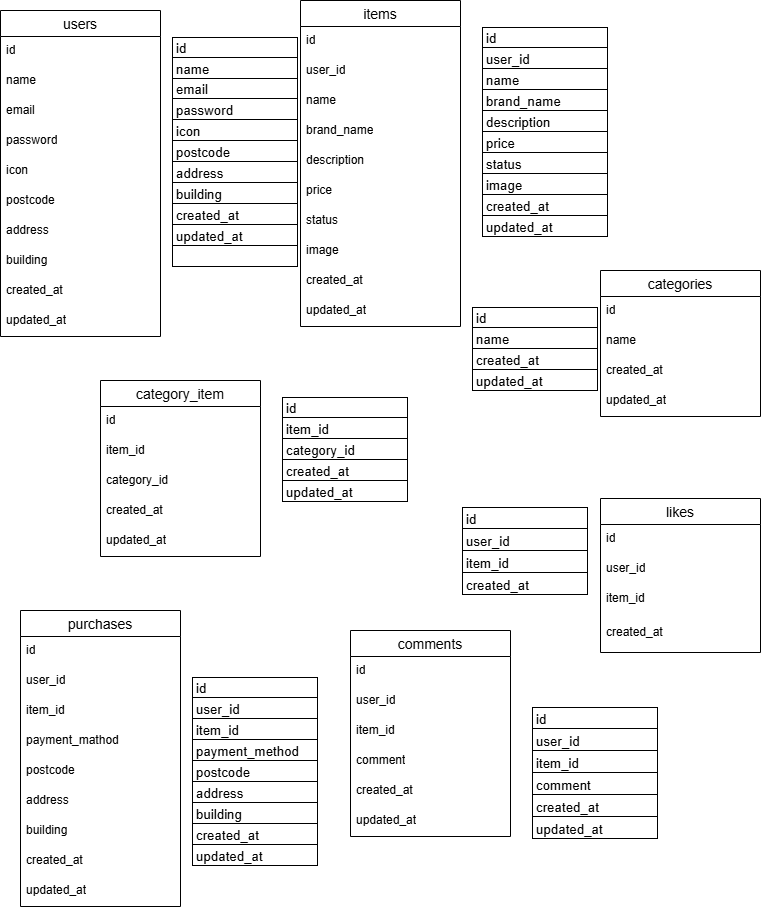
This is furima.drawio.png from yuki8293/furima-app, a draw.io export, as it was before one commit. Source tidied: cells renumbered, new cells last; positions are measured from the earlier drawing's top-left corner, leaving out a move shared by most shapes.
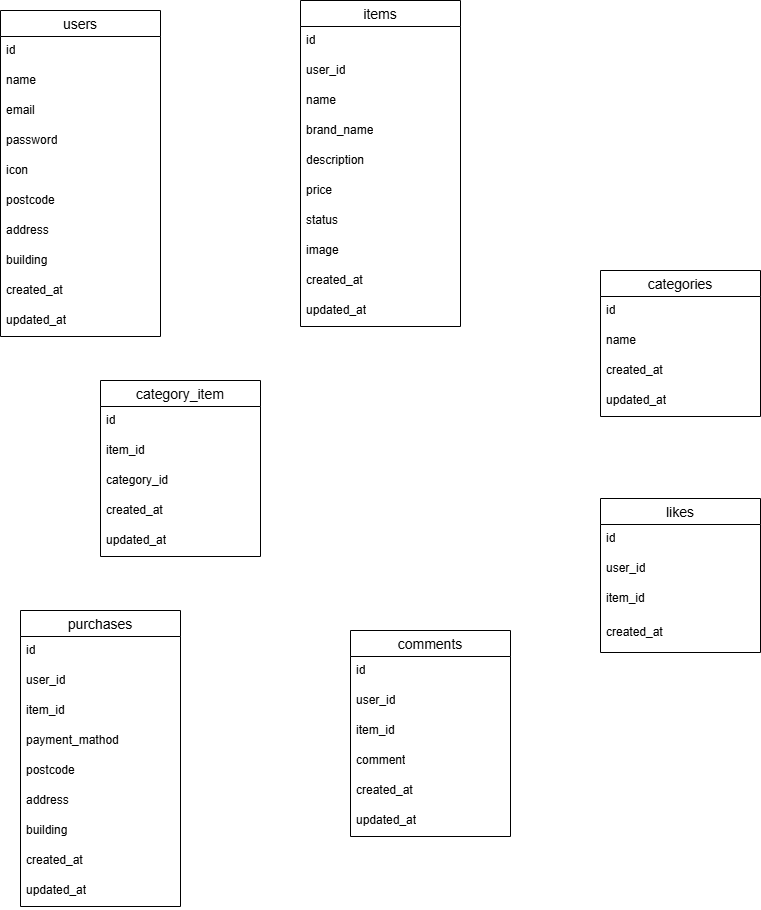
After the change.

The edit, as a diff of the source:
```diff
@@ -167,26 +167,5 @@
     <mxCell id="56" value="updated_at" style="text;strokeColor=none;fillColor=none;spacingLeft=4;spacingRight=4;overflow=hidden;fontSize=12;whiteSpace=wrap;html=1;" parent="46" vertex="1">
       <mxGeometry y="296" width="160" height="30" as="geometry" />
     </mxCell>
-    <mxCell id="57" value="&lt;table xmlns=&quot;http://www.w3.org/1999/xhtml&quot; cellspacing=&quot;0&quot; cellpadding=&quot;0&quot; dir=&quot;ltr&quot; style=&quot;table-layout:fixed;font-size:10pt;font-family:Arial;width:0px;&quot;&gt;&lt;colgroup&gt;&lt;col width=&quot;126&quot;&gt;&lt;/colgroup&gt;&lt;tbody&gt;&lt;tr style=&quot;height:21px;&quot;&gt;&lt;td style=&quot;border-top:1px solid #000000;border-right:1px solid #000000;border-bottom:1px solid #000000;border-left:1px solid #000000;overflow:hidden;padding:0px 3px 0px 3px;vertical-align:bottom;&quot;&gt;id&lt;/td&gt;&lt;/tr&gt;&lt;tr style=&quot;height:21px;&quot;&gt;&lt;td style=&quot;border-right:1px solid #000000;border-bottom:1px solid #000000;border-left:1px solid #000000;overflow:hidden;padding:0px 3px 0px 3px;vertical-align:bottom;&quot;&gt;name&lt;/td&gt;&lt;/tr&gt;&lt;tr style=&quot;height:20px;&quot;&gt;&lt;td style=&quot;border-right:1px solid #000000;border-bottom:1px solid #000000;border-left:1px solid #000000;overflow:hidden;padding:0px 3px 0px 3px;vertical-align:bottom;&quot;&gt;email&lt;/td&gt;&lt;/tr&gt;&lt;tr style=&quot;height:21px;&quot;&gt;&lt;td style=&quot;border-right:1px solid #000000;border-bottom:1px solid #000000;border-left:1px solid #000000;overflow:hidden;padding:0px 3px 0px 3px;vertical-align:bottom;&quot;&gt;password&lt;/td&gt;&lt;/tr&gt;&lt;tr style=&quot;height:21px;&quot;&gt;&lt;td style=&quot;border-right:1px solid #000000;border-bottom:1px solid #000000;border-left:1px solid #000000;overflow:hidden;padding:0px 3px 0px 3px;vertical-align:bottom;&quot;&gt;icon&lt;/td&gt;&lt;/tr&gt;&lt;tr style=&quot;height:21px;&quot;&gt;&lt;td style=&quot;border-right:1px solid #000000;border-bottom:1px solid #000000;border-left:1px solid #000000;overflow:hidden;padding:0px 3px 0px 3px;vertical-align:bottom;&quot;&gt;postcode&lt;/td&gt;&lt;/tr&gt;&lt;tr style=&quot;height:21px;&quot;&gt;&lt;td style=&quot;border-right:1px solid #000000;border-bottom:1px solid #000000;border-left:1px solid #000000;overflow:hidden;padding:0px 3px 0px 3px;vertical-align:bottom;&quot;&gt;address&lt;/td&gt;&lt;/tr&gt;&lt;tr style=&quot;height:21px;&quot;&gt;&lt;td style=&quot;border-right:1px solid #000000;border-bottom:1px solid #000000;border-left:1px solid #000000;overflow:hidden;padding:0px 3px 0px 3px;vertical-align:bottom;&quot;&gt;building&lt;/td&gt;&lt;/tr&gt;&lt;tr style=&quot;height:21px;&quot;&gt;&lt;td style=&quot;border-right:1px solid #000000;border-bottom:1px solid #000000;border-left:1px solid #000000;overflow:hidden;padding:0px 3px 0px 3px;vertical-align:bottom;&quot;&gt;created_at&lt;/td&gt;&lt;/tr&gt;&lt;tr style=&quot;height:21px;&quot;&gt;&lt;td style=&quot;border-right:1px solid #000000;border-bottom:1px solid #000000;border-left:1px solid #000000;overflow:hidden;padding:0px 3px 0px 3px;vertical-align:bottom;&quot;&gt;updated_at&lt;/td&gt;&lt;/tr&gt;&lt;tr style=&quot;height:21px;&quot;&gt;&lt;td style=&quot;border-right:1px solid #000000;border-bottom:1px solid #000000;border-left:1px solid #000000;overflow:hidden;padding:0px 3px 0px 3px;vertical-align:bottom;&quot;&gt;&lt;/td&gt;&lt;/tr&gt;&lt;/tbody&gt;&lt;/table&gt;" style="text;whiteSpace=wrap;html=1;" parent="1" vertex="1">
-      <mxGeometry x="170" y="30" width="160" height="250" as="geometry" />
-    </mxCell>
-    <mxCell id="58" value="&lt;table xmlns=&quot;http://www.w3.org/1999/xhtml&quot; cellspacing=&quot;0&quot; cellpadding=&quot;0&quot; dir=&quot;ltr&quot; style=&quot;table-layout:fixed;font-size:10pt;font-family:Arial;width:0px;&quot;&gt;&lt;colgroup&gt;&lt;col width=&quot;126&quot;&gt;&lt;/colgroup&gt;&lt;tbody&gt;&lt;tr style=&quot;height:21px;&quot;&gt;&lt;td style=&quot;border-top:1px solid #000000;border-right:1px solid #000000;border-bottom:1px solid #000000;border-left:1px solid #000000;overflow:hidden;padding:0px 3px 0px 3px;vertical-align:bottom;&quot;&gt;id&lt;/td&gt;&lt;/tr&gt;&lt;tr style=&quot;height:21px;&quot;&gt;&lt;td style=&quot;border-right:1px solid #000000;border-bottom:1px solid #000000;border-left:1px solid #000000;overflow:hidden;padding:0px 3px 0px 3px;vertical-align:bottom;&quot;&gt;user_id&lt;/td&gt;&lt;/tr&gt;&lt;tr style=&quot;height:21px;&quot;&gt;&lt;td style=&quot;border-right:1px solid #000000;border-bottom:1px solid #000000;border-left:1px solid #000000;overflow:hidden;padding:0px 3px 0px 3px;vertical-align:bottom;&quot;&gt;name&lt;/td&gt;&lt;/tr&gt;&lt;tr style=&quot;height:21px;&quot;&gt;&lt;td style=&quot;border-right:1px solid #000000;border-bottom:1px solid #000000;border-left:1px solid #000000;overflow:hidden;padding:0px 3px 0px 3px;vertical-align:bottom;&quot;&gt;brand_name&lt;/td&gt;&lt;/tr&gt;&lt;tr style=&quot;height:21px;&quot;&gt;&lt;td style=&quot;border-right:1px solid #000000;border-bottom:1px solid #000000;border-left:1px solid #000000;overflow:hidden;padding:0px 3px 0px 3px;vertical-align:bottom;&quot;&gt;description&lt;/td&gt;&lt;/tr&gt;&lt;tr style=&quot;height:21px;&quot;&gt;&lt;td style=&quot;border-right:1px solid #000000;border-bottom:1px solid #000000;border-left:1px solid #000000;overflow:hidden;padding:0px 3px 0px 3px;vertical-align:bottom;&quot;&gt;price&lt;/td&gt;&lt;/tr&gt;&lt;tr style=&quot;height:21px;&quot;&gt;&lt;td style=&quot;border-right:1px solid #000000;border-bottom:1px solid #000000;border-left:1px solid #000000;overflow:hidden;padding:0px 3px 0px 3px;vertical-align:bottom;&quot;&gt;status&lt;/td&gt;&lt;/tr&gt;&lt;tr style=&quot;height:21px;&quot;&gt;&lt;td style=&quot;border-right:1px solid #000000;border-bottom:1px solid #000000;border-left:1px solid #000000;overflow:hidden;padding:0px 3px 0px 3px;vertical-align:bottom;&quot;&gt;image&lt;/td&gt;&lt;/tr&gt;&lt;tr style=&quot;height:21px;&quot;&gt;&lt;td style=&quot;border-right:1px solid #000000;border-bottom:1px solid #000000;border-left:1px solid #000000;overflow:hidden;padding:0px 3px 0px 3px;vertical-align:bottom;&quot;&gt;created_at&lt;/td&gt;&lt;/tr&gt;&lt;tr style=&quot;height:21px;&quot;&gt;&lt;td style=&quot;border-right:1px solid #000000;border-bottom:1px solid #000000;border-left:1px solid #000000;overflow:hidden;padding:0px 3px 0px 3px;vertical-align:bottom;&quot;&gt;updated_at&lt;/td&gt;&lt;/tr&gt;&lt;/tbody&gt;&lt;/table&gt;" style="text;whiteSpace=wrap;html=1;" parent="1" vertex="1">
-      <mxGeometry x="480" y="20" width="160" height="230" as="geometry" />
-    </mxCell>
-    <mxCell id="59" value="&lt;table xmlns=&quot;http://www.w3.org/1999/xhtml&quot; cellspacing=&quot;0&quot; cellpadding=&quot;0&quot; dir=&quot;ltr&quot; style=&quot;table-layout:fixed;font-size:10pt;font-family:Arial;width:0px;&quot;&gt;&lt;colgroup&gt;&lt;col width=&quot;126&quot;&gt;&lt;/colgroup&gt;&lt;tbody&gt;&lt;tr style=&quot;height:21px;&quot;&gt;&lt;td style=&quot;border-top:1px solid #000000;border-right:1px solid #000000;border-bottom:1px solid #000000;border-left:1px solid #000000;overflow:hidden;padding:0px 3px 0px 3px;vertical-align:bottom;&quot;&gt;id&lt;/td&gt;&lt;/tr&gt;&lt;tr style=&quot;height:21px;&quot;&gt;&lt;td style=&quot;border-right:1px solid #000000;border-bottom:1px solid #000000;border-left:1px solid #000000;overflow:hidden;padding:0px 3px 0px 3px;vertical-align:bottom;&quot;&gt;name&lt;/td&gt;&lt;/tr&gt;&lt;tr style=&quot;height:21px;&quot;&gt;&lt;td style=&quot;border-right:1px solid #000000;border-bottom:1px solid #000000;border-left:1px solid #000000;overflow:hidden;padding:0px 3px 0px 3px;vertical-align:bottom;&quot;&gt;created_at&lt;/td&gt;&lt;/tr&gt;&lt;tr style=&quot;height:21px;&quot;&gt;&lt;td style=&quot;border-right:1px solid #000000;border-bottom:1px solid #000000;border-left:1px solid #000000;overflow:hidden;padding:0px 3px 0px 3px;vertical-align:bottom;&quot;&gt;updated_at&lt;/td&gt;&lt;/tr&gt;&lt;/tbody&gt;&lt;/table&gt;" style="text;whiteSpace=wrap;html=1;" parent="1" vertex="1">
-      <mxGeometry x="470" y="300" width="160" height="110" as="geometry" />
-    </mxCell>
-    <mxCell id="60" value="&lt;table xmlns=&quot;http://www.w3.org/1999/xhtml&quot; cellspacing=&quot;0&quot; cellpadding=&quot;0&quot; dir=&quot;ltr&quot; style=&quot;table-layout:fixed;font-size:10pt;font-family:Arial;width:0px;&quot;&gt;&lt;colgroup&gt;&lt;col width=&quot;126&quot;&gt;&lt;/colgroup&gt;&lt;tbody&gt;&lt;tr style=&quot;height:21px;&quot;&gt;&lt;td style=&quot;border-top:1px solid #000000;border-right:1px solid #000000;border-bottom:1px solid #000000;border-left:1px solid #000000;overflow:hidden;padding:0px 3px 0px 3px;vertical-align:bottom;&quot;&gt;id&lt;/td&gt;&lt;/tr&gt;&lt;tr style=&quot;height:21px;&quot;&gt;&lt;td style=&quot;border-right:1px solid #000000;border-bottom:1px solid #000000;border-left:1px solid #000000;overflow:hidden;padding:0px 3px 0px 3px;vertical-align:bottom;&quot;&gt;item_id&lt;/td&gt;&lt;/tr&gt;&lt;tr style=&quot;height:21px;&quot;&gt;&lt;td style=&quot;border-right:1px solid #000000;border-bottom:1px solid #000000;border-left:1px solid #000000;overflow:hidden;padding:0px 3px 0px 3px;vertical-align:bottom;&quot;&gt;category_id&lt;/td&gt;&lt;/tr&gt;&lt;tr style=&quot;height:21px;&quot;&gt;&lt;td style=&quot;border-right:1px solid #000000;border-bottom:1px solid #000000;border-left:1px solid #000000;overflow:hidden;padding:0px 3px 0px 3px;vertical-align:bottom;&quot;&gt;created_at&lt;/td&gt;&lt;/tr&gt;&lt;tr style=&quot;height:21px;&quot;&gt;&lt;td style=&quot;border-right:1px solid #000000;border-bottom:1px solid #000000;border-left:1px solid #000000;overflow:hidden;padding:0px 3px 0px 3px;vertical-align:bottom;&quot;&gt;updated_at&lt;/td&gt;&lt;/tr&gt;&lt;/tbody&gt;&lt;/table&gt;" style="text;whiteSpace=wrap;html=1;" parent="1" vertex="1">
-      <mxGeometry x="280" y="390" width="160" height="130" as="geometry" />
-    </mxCell>
-    <mxCell id="61" value="&lt;table xmlns=&quot;http://www.w3.org/1999/xhtml&quot; cellspacing=&quot;0&quot; cellpadding=&quot;0&quot; dir=&quot;ltr&quot; style=&quot;table-layout:fixed;font-size:10pt;font-family:Arial;width:0px;&quot;&gt;&lt;colgroup&gt;&lt;col width=&quot;126&quot;&gt;&lt;/colgroup&gt;&lt;tbody&gt;&lt;tr style=&quot;height:22px;&quot;&gt;&lt;td style=&quot;border-top:1px solid #000000;border-right:1px solid #000000;border-bottom:1px solid #000000;border-left:1px solid #000000;overflow:hidden;padding:0px 3px 0px 3px;vertical-align:bottom;&quot;&gt;id&lt;/td&gt;&lt;/tr&gt;&lt;tr style=&quot;height:22px;&quot;&gt;&lt;td style=&quot;border-right:1px solid #000000;border-bottom:1px solid #000000;border-left:1px solid #000000;overflow:hidden;padding:0px 3px 0px 3px;vertical-align:bottom;&quot;&gt;user_id&lt;/td&gt;&lt;/tr&gt;&lt;tr style=&quot;height:22px;&quot;&gt;&lt;td style=&quot;border-right:1px solid #000000;border-bottom:1px solid #000000;border-left:1px solid #000000;overflow:hidden;padding:0px 3px 0px 3px;vertical-align:bottom;&quot;&gt;item_id&lt;/td&gt;&lt;/tr&gt;&lt;tr style=&quot;height:22px;&quot;&gt;&lt;td style=&quot;border-right:1px solid #000000;border-bottom:1px solid #000000;border-left:1px solid #000000;overflow:hidden;padding:0px 3px 0px 3px;vertical-align:bottom;&quot;&gt;created_at&lt;/td&gt;&lt;/tr&gt;&lt;/tbody&gt;&lt;/table&gt;" style="text;whiteSpace=wrap;html=1;" parent="1" vertex="1">
-      <mxGeometry x="460" y="500" width="160" height="110" as="geometry" />
-    </mxCell>
-    <mxCell id="62" value="&lt;table xmlns=&quot;http://www.w3.org/1999/xhtml&quot; cellspacing=&quot;0&quot; cellpadding=&quot;0&quot; dir=&quot;ltr&quot; style=&quot;table-layout:fixed;font-size:10pt;font-family:Arial;width:0px;&quot;&gt;&lt;colgroup&gt;&lt;col width=&quot;126&quot;&gt;&lt;/colgroup&gt;&lt;tbody&gt;&lt;tr style=&quot;height:22px;&quot;&gt;&lt;td style=&quot;border-top:1px solid #000000;border-right:1px solid #000000;border-bottom:1px solid #000000;border-left:1px solid #000000;overflow:hidden;padding:0px 3px 0px 3px;vertical-align:bottom;&quot;&gt;id&lt;/td&gt;&lt;/tr&gt;&lt;tr style=&quot;height:22px;&quot;&gt;&lt;td style=&quot;border-right:1px solid #000000;border-bottom:1px solid #000000;border-left:1px solid #000000;overflow:hidden;padding:0px 3px 0px 3px;vertical-align:bottom;&quot;&gt;user_id&lt;/td&gt;&lt;/tr&gt;&lt;tr style=&quot;height:22px;&quot;&gt;&lt;td style=&quot;border-right:1px solid #000000;border-bottom:1px solid #000000;border-left:1px solid #000000;overflow:hidden;padding:0px 3px 0px 3px;vertical-align:bottom;&quot;&gt;item_id&lt;/td&gt;&lt;/tr&gt;&lt;tr style=&quot;height:22px;&quot;&gt;&lt;td style=&quot;border-right:1px solid #000000;border-bottom:1px solid #000000;border-left:1px solid #000000;overflow:hidden;padding:0px 3px 0px 3px;vertical-align:bottom;&quot;&gt;comment&lt;/td&gt;&lt;/tr&gt;&lt;tr style=&quot;height:22px;&quot;&gt;&lt;td style=&quot;border-right:1px solid #000000;border-bottom:1px solid #000000;border-left:1px solid #000000;overflow:hidden;padding:0px 3px 0px 3px;vertical-align:bottom;&quot;&gt;created_at&lt;/td&gt;&lt;/tr&gt;&lt;tr style=&quot;height:22px;&quot;&gt;&lt;td style=&quot;border-right:1px solid #000000;border-bottom:1px solid #000000;border-left:1px solid #000000;overflow:hidden;padding:0px 3px 0px 3px;vertical-align:bottom;&quot;&gt;updated_at&lt;/td&gt;&lt;/tr&gt;&lt;/tbody&gt;&lt;/table&gt;" style="text;whiteSpace=wrap;html=1;" parent="1" vertex="1">
-      <mxGeometry x="530" y="700" width="160" height="160" as="geometry" />
-    </mxCell>
-    <mxCell id="63" value="&lt;table xmlns=&quot;http://www.w3.org/1999/xhtml&quot; cellspacing=&quot;0&quot; cellpadding=&quot;0&quot; dir=&quot;ltr&quot; style=&quot;table-layout:fixed;font-size:10pt;font-family:Arial;width:0px;&quot;&gt;&lt;colgroup&gt;&lt;col width=&quot;126&quot;&gt;&lt;/colgroup&gt;&lt;tbody&gt;&lt;tr style=&quot;height:21px;&quot;&gt;&lt;td style=&quot;border-top:1px solid #000000;border-right:1px solid #000000;border-bottom:1px solid #000000;border-left:1px solid #000000;overflow:hidden;padding:0px 3px 0px 3px;vertical-align:bottom;&quot;&gt;id&lt;/td&gt;&lt;/tr&gt;&lt;tr style=&quot;height:21px;&quot;&gt;&lt;td style=&quot;border-right:1px solid #000000;border-bottom:1px solid #000000;border-left:1px solid #000000;overflow:hidden;padding:0px 3px 0px 3px;vertical-align:bottom;&quot;&gt;user_id&lt;/td&gt;&lt;/tr&gt;&lt;tr style=&quot;height:21px;&quot;&gt;&lt;td style=&quot;border-right:1px solid #000000;border-bottom:1px solid #000000;border-left:1px solid #000000;overflow:hidden;padding:0px 3px 0px 3px;vertical-align:bottom;&quot;&gt;item_id&lt;/td&gt;&lt;/tr&gt;&lt;tr style=&quot;height:21px;&quot;&gt;&lt;td style=&quot;border-right:1px solid #000000;border-bottom:1px solid #000000;border-left:1px solid #000000;overflow:hidden;padding:0px 3px 0px 3px;vertical-align:bottom;&quot;&gt;payment_method&lt;/td&gt;&lt;/tr&gt;&lt;tr style=&quot;height:21px;&quot;&gt;&lt;td style=&quot;border-right:1px solid #000000;border-bottom:1px solid #000000;border-left:1px solid #000000;overflow:hidden;padding:0px 3px 0px 3px;vertical-align:bottom;&quot;&gt;postcode&lt;/td&gt;&lt;/tr&gt;&lt;tr style=&quot;height:21px;&quot;&gt;&lt;td style=&quot;border-right:1px solid #000000;border-bottom:1px solid #000000;border-left:1px solid #000000;overflow:hidden;padding:0px 3px 0px 3px;vertical-align:bottom;&quot;&gt;address&lt;/td&gt;&lt;/tr&gt;&lt;tr style=&quot;height:21px;&quot;&gt;&lt;td style=&quot;border-right:1px solid #000000;border-bottom:1px solid #000000;border-left:1px solid #000000;overflow:hidden;padding:0px 3px 0px 3px;vertical-align:bottom;&quot;&gt;building&lt;/td&gt;&lt;/tr&gt;&lt;tr style=&quot;height:21px;&quot;&gt;&lt;td style=&quot;border-right:1px solid #000000;border-bottom:1px solid #000000;border-left:1px solid #000000;overflow:hidden;padding:0px 3px 0px 3px;vertical-align:bottom;&quot;&gt;created_at&lt;/td&gt;&lt;/tr&gt;&lt;tr style=&quot;height:21px;&quot;&gt;&lt;td style=&quot;border-right:1px solid #000000;border-bottom:1px solid #000000;border-left:1px solid #000000;overflow:hidden;padding:0px 3px 0px 3px;vertical-align:bottom;&quot;&gt;updated_at&lt;/td&gt;&lt;/tr&gt;&lt;/tbody&gt;&lt;/table&gt;" style="text;whiteSpace=wrap;html=1;" parent="1" vertex="1">
-      <mxGeometry x="190" y="670" width="160" height="210" as="geometry" />
-    </mxCell>
   </root>
 </mxGraphModel>
```
